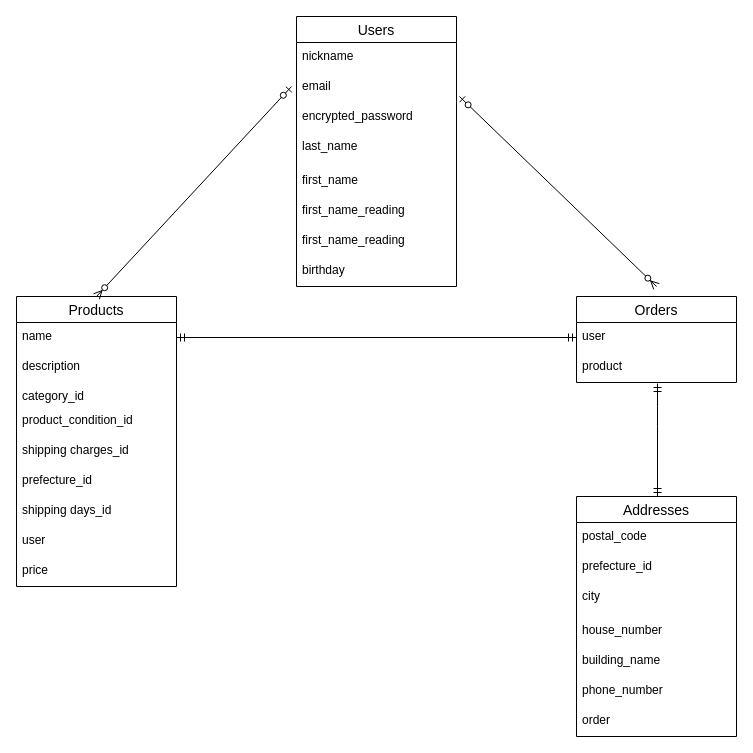
Fuka-Aki/furima-32511 keeps this draw.io diagram as furima.dio. Above is the earlier version. Source tidied: cells renumbered, new cells numbered last; positions are measured from the earlier drawing's top-left corner, leaving out a move shared by most shapes. Both pictures are drawn from the tidied source at 100%, with x=0, y=0 at pixel (16, 16).
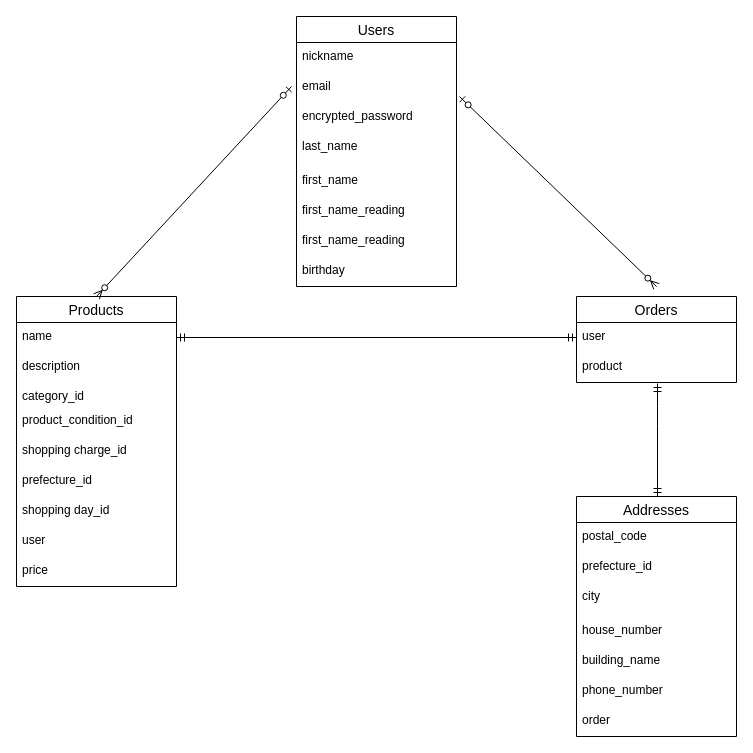
After the change.

Commit message (it also covers changes not shown here):
ER図及びREADME記述修正

Unchanged cells that the change refers to:
```xml
<mxCell id="11" value="Products" style="swimlane;fontStyle=0;horizontal=1;startSize=26;align=center;fontSize=14;" parent="1" vertex="1">
  <mxGeometry y="280" width="160" height="290" as="geometry" />
</mxCell>
```

What changed in the source:
```diff
@@
-    <mxCell id="16" value="shipping charges_id" style="text;strokeColor=none;fillColor=none;spacingLeft=4;spacingRight=4;overflow=hidden;fontSize=12;" parent="11" vertex="1">
+    <mxCell id="16" value="shopping charge_id" style="text;strokeColor=none;fillColor=none;spacingLeft=4;spacingRight=4;overflow=hidden;fontSize=12;" parent="11" vertex="1">
       <mxGeometry y="140" width="160" height="30" as="geometry" />
     </mxCell>
@@
-    <mxCell id="18" value="shipping days_id" style="text;strokeColor=none;fillColor=none;spacingLeft=4;spacingRight=4;overflow=hidden;fontSize=12;" parent="11" vertex="1">
+    <mxCell id="18" value="shopping day_id" style="text;strokeColor=none;fillColor=none;spacingLeft=4;spacingRight=4;overflow=hidden;fontSize=12;" parent="11" vertex="1">
       <mxGeometry y="200" width="160" height="30" as="geometry" />
     </mxCell>
```
